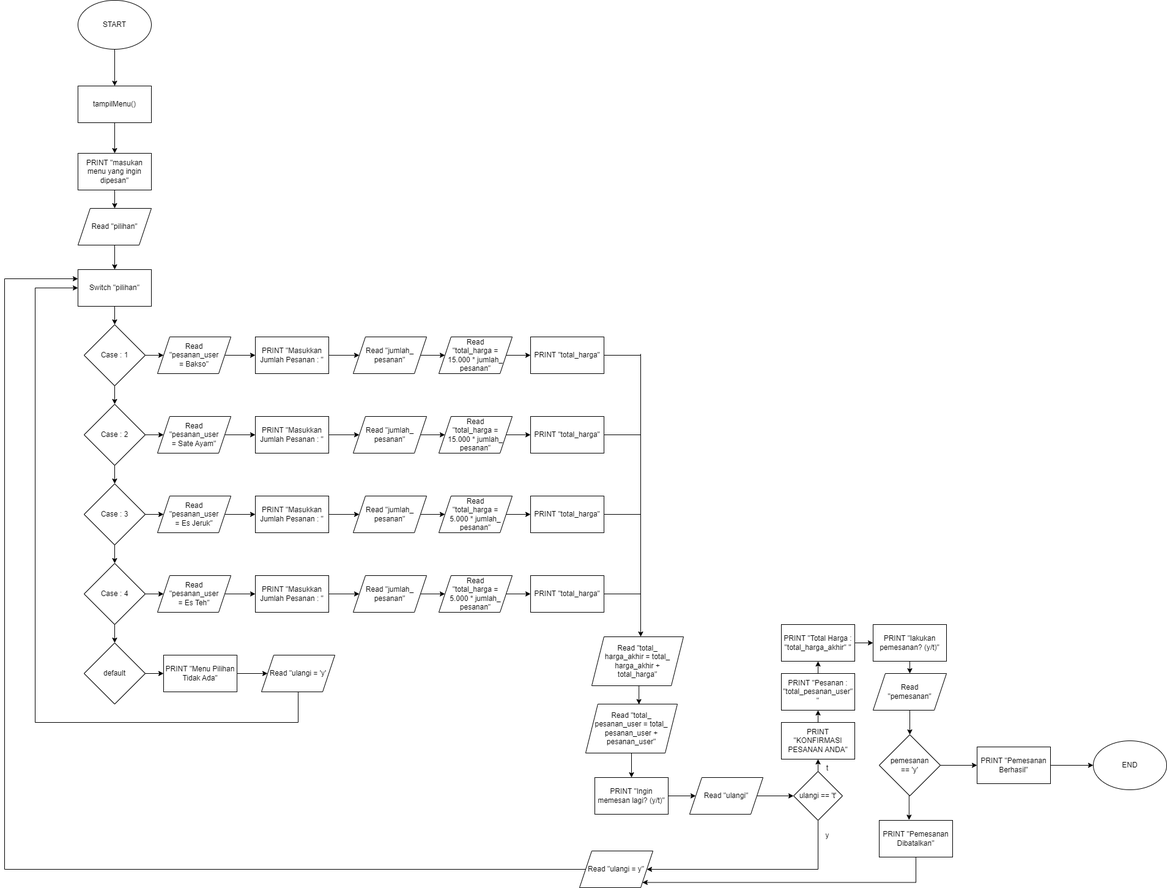
Before: Flowchart_Aqshal-FE5622157.png, a diagram exported from draw.io (aqshalprawira/FinalProjectSE). Source tidied: cells renumbered, new cells last; positions are measured from the earlier drawing's top-left corner, leaving out a move shared by most shapes.
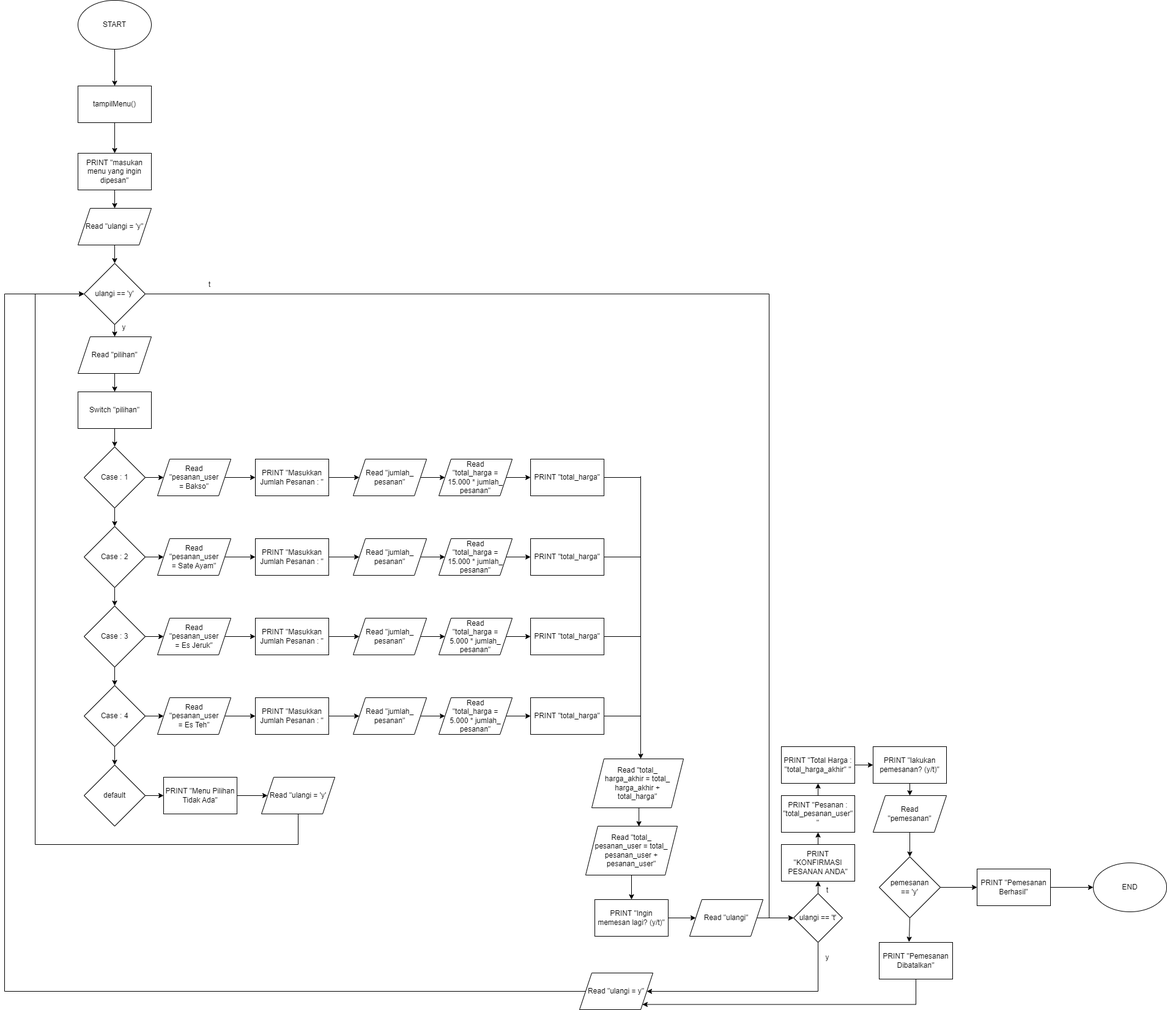
After the change.

Change to the diagram source:
```diff
@@ -4,29 +4,29 @@
     <mxCell id="1" parent="0" />
     <mxCell id="2" style="edgeStyle=orthogonalEdgeStyle;rounded=0;jettySize=auto;html=1;exitX=0.5;exitY=1;exitDx=0;exitDy=0;entryX=0.5;entryY=0;entryDx=0;entryDy=0;" parent="1" edge="1" source="3">
       <mxGeometry relative="1" as="geometry">
-        <mxPoint x="180" y="140" as="targetPoint" />
+        <mxPoint x="180" y="-60" as="targetPoint" />
       </mxGeometry>
     </mxCell>
     <mxCell id="3" value="START" style="ellipse;whiteSpace=wrap;html=1;" parent="1" vertex="1">
-      <mxGeometry x="120" width="120" height="80" as="geometry" />
+      <mxGeometry x="120" y="-200" width="120" height="80" as="geometry" />
     </mxCell>
     <mxCell id="4" style="edgeStyle=orthogonalEdgeStyle;rounded=0;jettySize=auto;html=1;exitX=0.5;exitY=1;exitDx=0;exitDy=0;entryX=0.5;entryY=0;entryDx=0;entryDy=0;" parent="1" edge="1" source="5" target="7">
       <mxGeometry relative="1" as="geometry" />
     </mxCell>
     <mxCell id="5" value="tampilMenu()" style="rounded=0;whiteSpace=wrap;html=1;" parent="1" vertex="1">
-      <mxGeometry x="120" y="140" width="120" height="60" as="geometry" />
+      <mxGeometry x="120" y="-60" width="120" height="60" as="geometry" />
     </mxCell>
     <mxCell id="6" style="edgeStyle=orthogonalEdgeStyle;rounded=0;jettySize=auto;html=1;exitX=0.5;exitY=1;exitDx=0;exitDy=0;entryX=0.5;entryY=0;entryDx=0;entryDy=0;" parent="1" edge="1" source="7" target="9">
       <mxGeometry relative="1" as="geometry" />
     </mxCell>
     <mxCell id="7" value="PRINT &quot;masukan menu yang ingin dipesan&quot;" style="rounded=0;whiteSpace=wrap;html=1;" parent="1" vertex="1">
-      <mxGeometry x="120" y="250" width="120" height="60" as="geometry" />
+      <mxGeometry x="120" y="50" width="120" height="60" as="geometry" />
     </mxCell>
-    <mxCell id="8" style="edgeStyle=orthogonalEdgeStyle;rounded=0;jettySize=auto;html=1;exitX=0.5;exitY=1;exitDx=0;exitDy=0;entryX=0.5;entryY=0;entryDx=0;entryDy=0;" parent="1" edge="1" source="9" target="11">
-      <mxGeometry relative="1" as="geometry" />
-    </mxCell>
+    <mxCell id="104" style="edgeStyle=orthogonalEdgeStyle;rounded=0;jettySize=auto;html=1;exitX=0.5;exitY=1;exitDx=0;exitDy=0;entryX=0.5;entryY=0;entryDx=0;entryDy=0;" parent="1" edge="1" source="9" target="109">
+      <mxGeometry relative="1" as="geometry" />
+    </mxCell>
-    <mxCell id="9" value="Read &quot;pilihan&quot;" style="shape=parallelogram;perimeter=parallelogramPerimeter;whiteSpace=wrap;html=1;fixedSize=1;" parent="1" vertex="1">
-      <mxGeometry x="120" y="340" width="120" height="60" as="geometry" />
+    <mxCell id="9" value="Read &quot;ulangi = 'y&quot;" style="shape=parallelogram;perimeter=parallelogramPerimeter;whiteSpace=wrap;html=1;fixedSize=1;" parent="1" vertex="1">
+      <mxGeometry x="120" y="140" width="120" height="60" as="geometry" />
     </mxCell>
     <mxCell id="10" style="edgeStyle=orthogonalEdgeStyle;rounded=0;jettySize=auto;html=1;exitX=0.5;exitY=1;exitDx=0;exitDy=0;entryX=0.5;entryY=0;entryDx=0;entryDy=0;" parent="1" edge="1" source="11" target="14">
       <mxGeometry relative="1" as="geometry" />
@@ -201,12 +201,12 @@
     <mxCell id="63" value="PRINT &quot;Menu Pilihan Tidak Ada&quot;" style="rounded=0;whiteSpace=wrap;html=1;" parent="1" vertex="1">
       <mxGeometry x="260" y="1070" width="120" height="60" as="geometry" />
     </mxCell>
-    <mxCell id="64" style="edgeStyle=orthogonalEdgeStyle;rounded=0;jettySize=auto;html=1;exitX=0.5;exitY=1;exitDx=0;exitDy=0;entryX=0;entryY=0.5;entryDx=0;entryDy=0;" parent="1" edge="1" source="65" target="11">
+    <mxCell id="64" style="edgeStyle=orthogonalEdgeStyle;rounded=0;jettySize=auto;html=1;exitX=0.5;exitY=1;exitDx=0;exitDy=0;entryX=0;entryY=0.5;entryDx=0;entryDy=0;entryPerimeter=0;" parent="1" edge="1" source="65" target="109">
       <mxGeometry relative="1" as="geometry">
         <Array as="points">
           <mxPoint x="480" y="1180" />
           <mxPoint x="50" y="1180" />
-          <mxPoint x="50" y="470" />
+          <mxPoint x="50" y="280" />
         </Array>
       </mxGeometry>
     </mxCell>
@@ -309,11 +309,11 @@
     <mxCell id="92" value="t" style="text;html=1;align=center;verticalAlign=middle;strokeColor=none;fillColor=none;" parent="1" vertex="1">
       <mxGeometry x="1330" y="1240" width="30" height="30" as="geometry" />
     </mxCell>
-    <mxCell id="93" style="edgeStyle=orthogonalEdgeStyle;rounded=0;jettySize=auto;html=1;exitX=0;exitY=0.5;exitDx=0;exitDy=0;entryX=0;entryY=0.25;entryDx=0;entryDy=0;" parent="1" edge="1" source="94" target="11">
+    <mxCell id="93" style="edgeStyle=orthogonalEdgeStyle;rounded=0;jettySize=auto;html=1;exitX=0;exitY=0.5;exitDx=0;exitDy=0;entryX=0;entryY=0.5;entryDx=0;entryDy=0;" parent="1" edge="1" source="94" target="109">
       <mxGeometry relative="1" as="geometry">
         <Array as="points">
           <mxPoint y="1420" />
-          <mxPoint y="455" />
+          <mxPoint y="280" />
         </Array>
       </mxGeometry>
     </mxCell>
@@ -347,5 +347,31 @@
     <mxCell id="103" value="END" style="ellipse;whiteSpace=wrap;html=1;" parent="1" vertex="1">
       <mxGeometry x="1780" y="1210" width="120" height="80" as="geometry" />
     </mxCell>
+    <mxCell id="105" style="edgeStyle=orthogonalEdgeStyle;rounded=0;jettySize=auto;html=1;exitX=0.5;exitY=1;exitDx=0;exitDy=0;entryX=0.5;entryY=0;entryDx=0;entryDy=0;" parent="1" edge="1" source="106" target="11">
+      <mxGeometry relative="1" as="geometry" />
+    </mxCell>
+    <mxCell id="106" value="Read &quot;pilihan&quot;" style="shape=parallelogram;perimeter=parallelogramPerimeter;whiteSpace=wrap;html=1;fixedSize=1;" parent="1" vertex="1">
+      <mxGeometry x="120" y="350" width="120" height="60" as="geometry" />
+    </mxCell>
+    <mxCell id="107" style="edgeStyle=orthogonalEdgeStyle;rounded=0;jettySize=auto;html=1;exitX=0.5;exitY=1;exitDx=0;exitDy=0;entryX=0.5;entryY=0;entryDx=0;entryDy=0;" parent="1" edge="1" source="109" target="106">
+      <mxGeometry relative="1" as="geometry" />
+    </mxCell>
+    <mxCell id="108" style="edgeStyle=orthogonalEdgeStyle;rounded=0;jettySize=auto;html=1;exitX=1;exitY=0.5;exitDx=0;exitDy=0;entryX=0;entryY=0.5;entryDx=0;entryDy=0;" parent="1" edge="1" source="109" target="81">
+      <mxGeometry relative="1" as="geometry">
+        <Array as="points">
+          <mxPoint x="1250" y="280" />
+          <mxPoint x="1250" y="1300" />
+        </Array>
+      </mxGeometry>
+    </mxCell>
+    <mxCell id="109" value="ulangi == 'y'" style="rhombus;whiteSpace=wrap;html=1;" parent="1" vertex="1">
+      <mxGeometry x="130" y="230" width="100" height="100" as="geometry" />
+    </mxCell>
+    <mxCell id="110" value="y" style="text;html=1;align=center;verticalAlign=middle;strokeColor=none;fillColor=none;" parent="1" vertex="1">
+      <mxGeometry x="180" y="320" width="30" height="30" as="geometry" />
+    </mxCell>
+    <mxCell id="111" value="t" style="text;html=1;align=center;verticalAlign=middle;strokeColor=none;fillColor=none;" parent="1" vertex="1">
+      <mxGeometry x="320" y="250" width="30" height="30" as="geometry" />
+    </mxCell>
   </root>
 </mxGraphModel>
```
